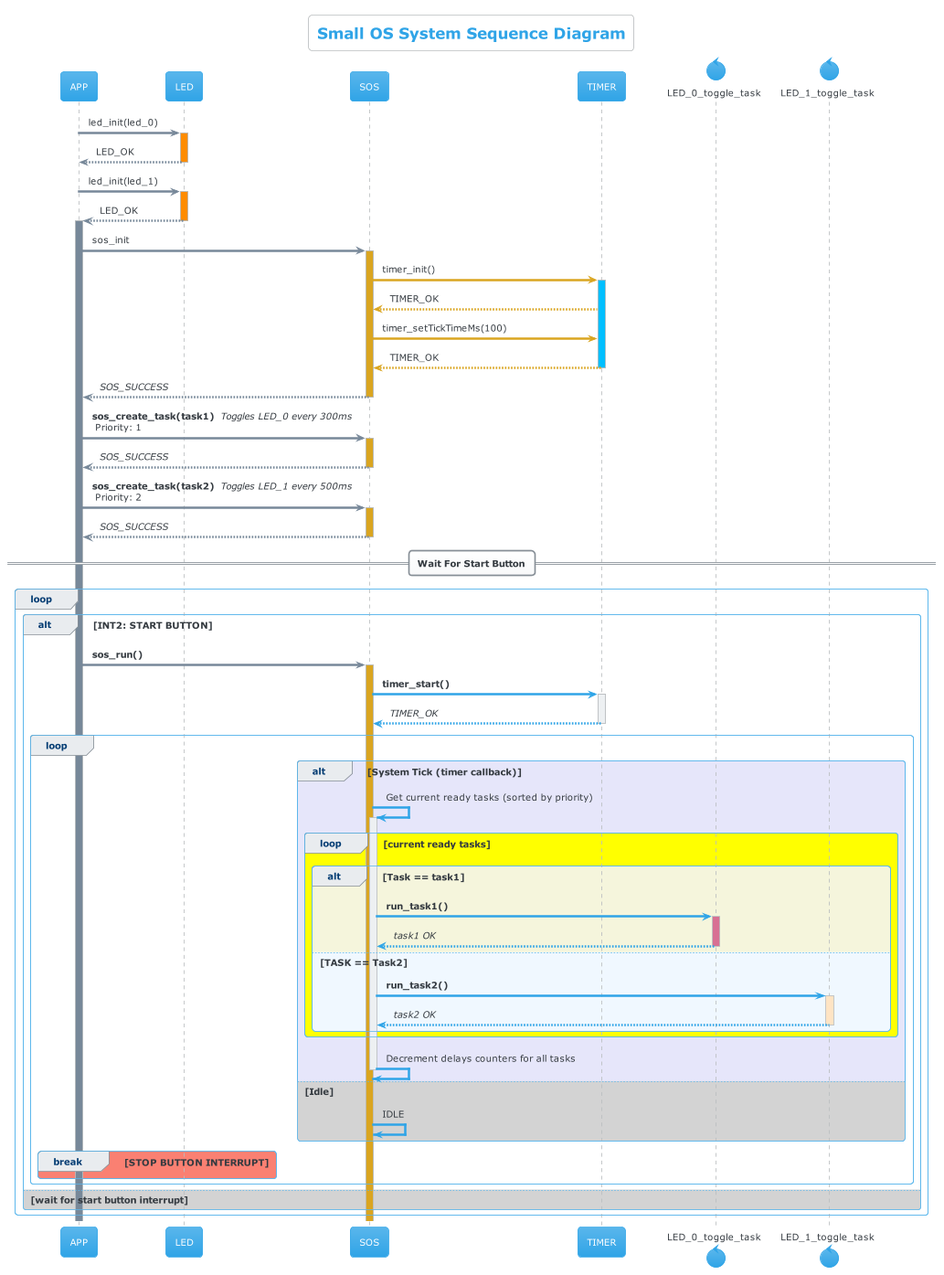
This is Embedded SW Design/S_DYNAMIC_10 Design a Small OS/Assets/Diagrams - images/app_sequence_diagram.png from HossamElwahsh/sprints-automotive, a PlantUML export, as it was before one commit.
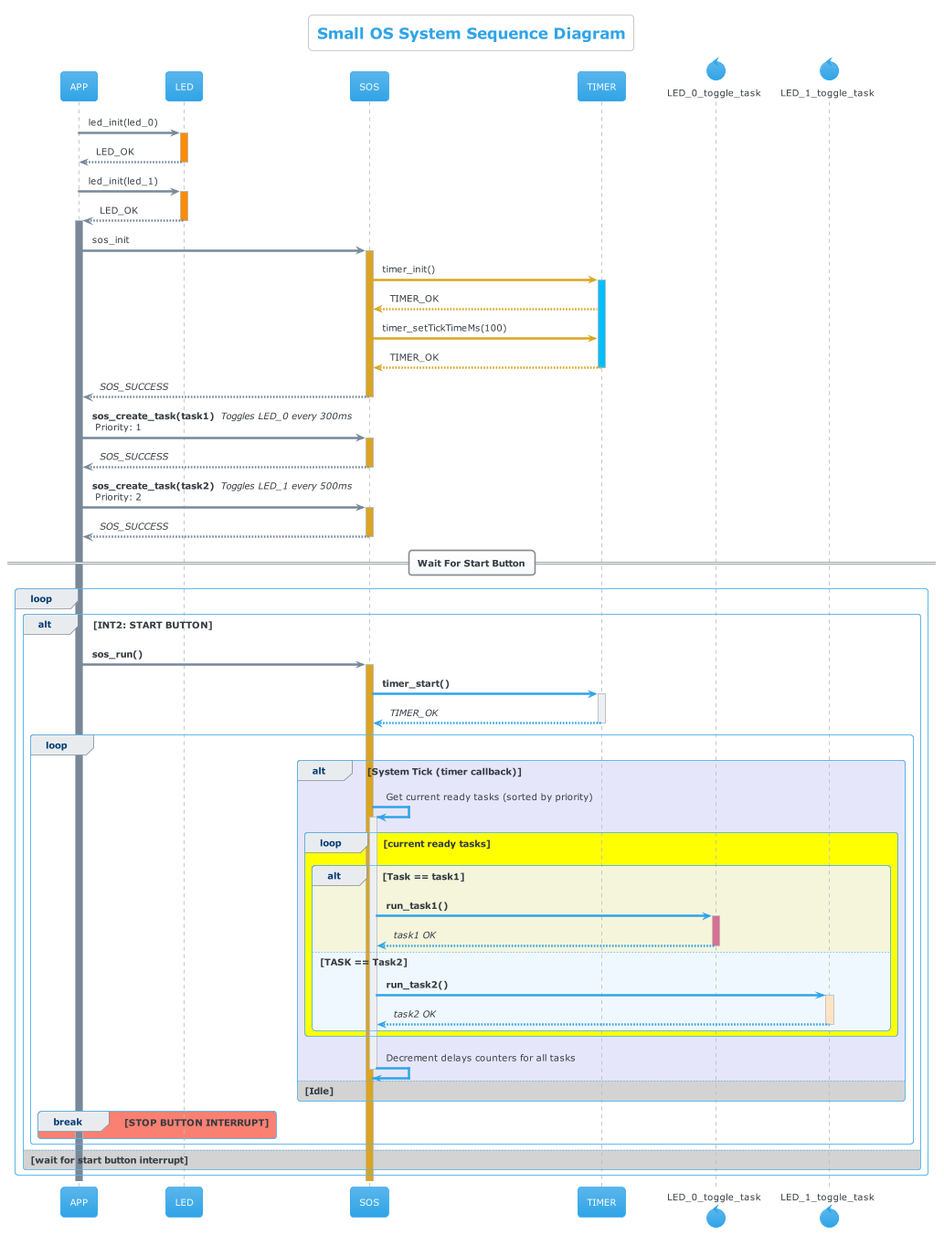
Above is the later version.

Commit message:
update: sequence diagram

idle state

The edit, as a diff of the source:
```diff
@@ -56,7 +56,6 @@
                     end
                     SOS->SOS--: Decrement delays counters for all tasks
                 else #lightgray Idle
-                    SOS -> SOS: IDLE
                 end
 
                 break #salmon STOP BUTTON INTERRUPT
```
